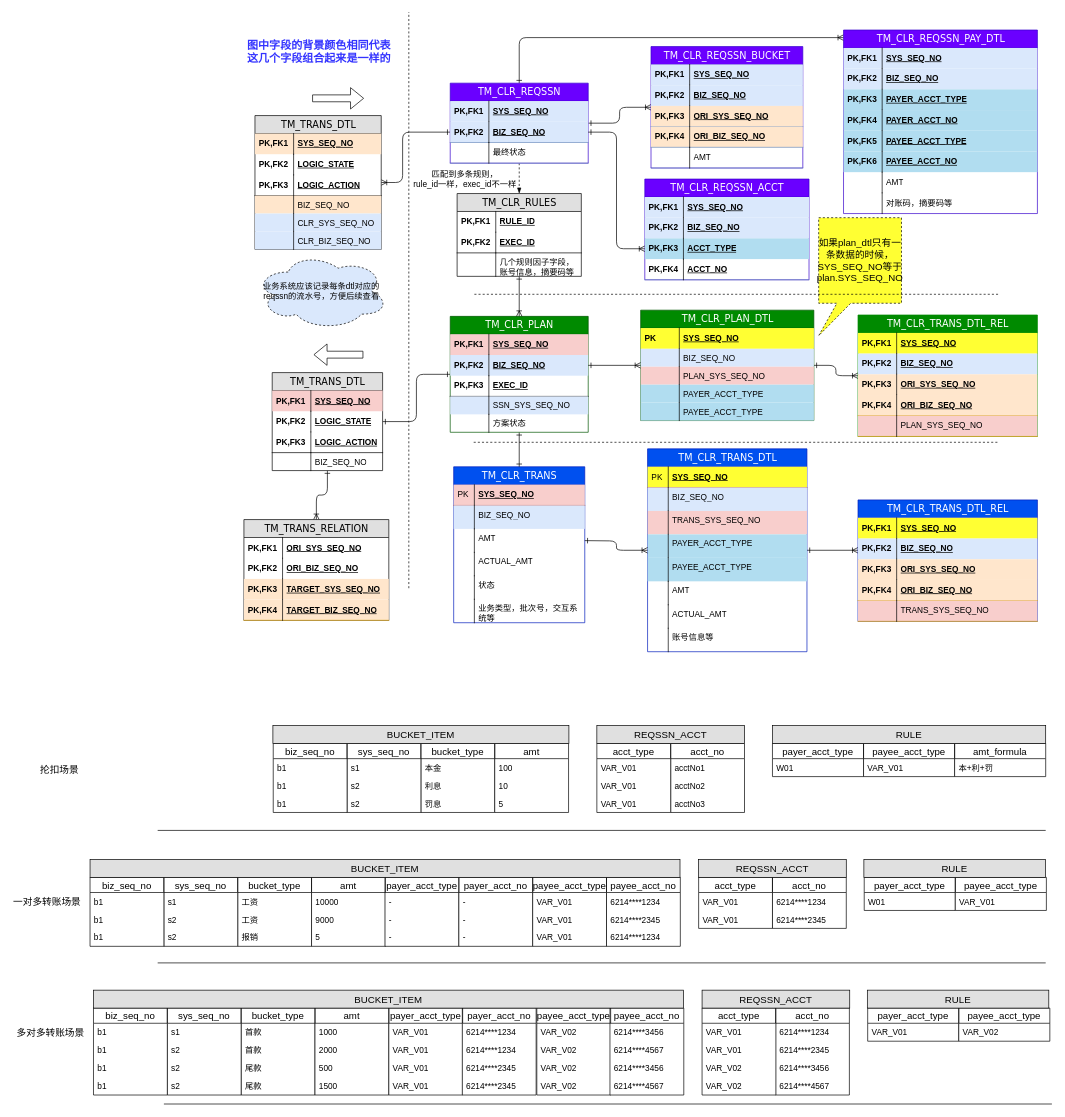
Above: 清算引擎数据结构图.drawio in staconfree/design (draw.io), before the change. Source tidied: cells renumbered, new cells numbered last; positions are measured from the earlier drawing's top-left corner, leaving out a move shared by most shapes. Both pictures are drawn from the tidied source at 69%, with x=0, y=0 at pixel (11, 12).
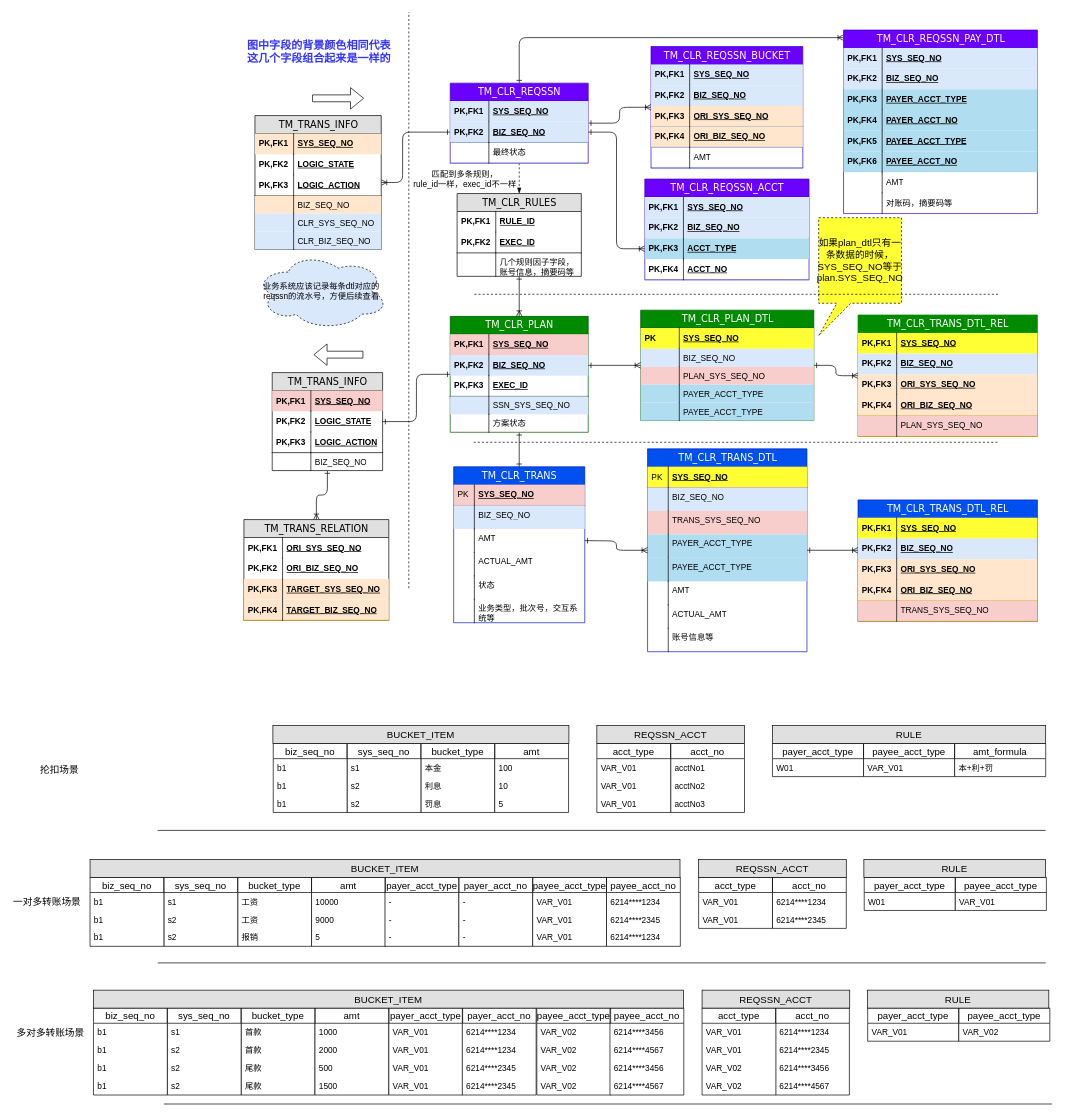
After the change.

Commit message:
更新清算引擎数据结构图.drawio

The edit, as a diff of the source:
```diff
@@
-    <mxCell id="17" value="TM_TRANS_DTL" style="swimlane;html=1;fontStyle=0;horizontal=1;startSize=26;fillColor=#e0e0e0;swimlaneFillColor=#ffffff;align=center;rounded=0;shadow=0;comic=0;labelBackgroundColor=none;strokeColor=#000000;strokeWidth=1;fontFamily=Verdana;fontSize=14;fontColor=#000000;" parent="1" vertex="1">
+    <mxCell id="17" value="TM_TRANS_INFO" style="swimlane;html=1;fontStyle=0;horizontal=1;startSize=26;fillColor=#e0e0e0;swimlaneFillColor=#ffffff;align=center;rounded=0;shadow=0;comic=0;labelBackgroundColor=none;strokeColor=#000000;strokeWidth=1;fontFamily=Verdana;fontSize=14;fontColor=#000000;" parent="1" vertex="1">
       <mxGeometry x="353" y="150" width="183" height="194" as="geometry" />
     </mxCell>
@@
-    <mxCell id="67" value="TM_TRANS_DTL" style="swimlane;html=1;fontStyle=0;horizontal=1;startSize=26;fillColor=#e0e0e0;swimlaneFillColor=#ffffff;align=center;rounded=0;shadow=0;comic=0;labelBackgroundColor=none;strokeColor=#000000;strokeWidth=1;fontFamily=Verdana;fontSize=14;fontColor=#000000;" parent="1" vertex="1">
+    <mxCell id="67" value="TM_TRANS_INFO" style="swimlane;html=1;fontStyle=0;horizontal=1;startSize=26;fillColor=#e0e0e0;swimlaneFillColor=#ffffff;align=center;rounded=0;shadow=0;comic=0;labelBackgroundColor=none;strokeColor=#000000;strokeWidth=1;fontFamily=Verdana;fontSize=14;fontColor=#000000;" parent="1" vertex="1">
       <mxGeometry x="378" y="522.5" width="160" height="142" as="geometry" />
     </mxCell>
```
